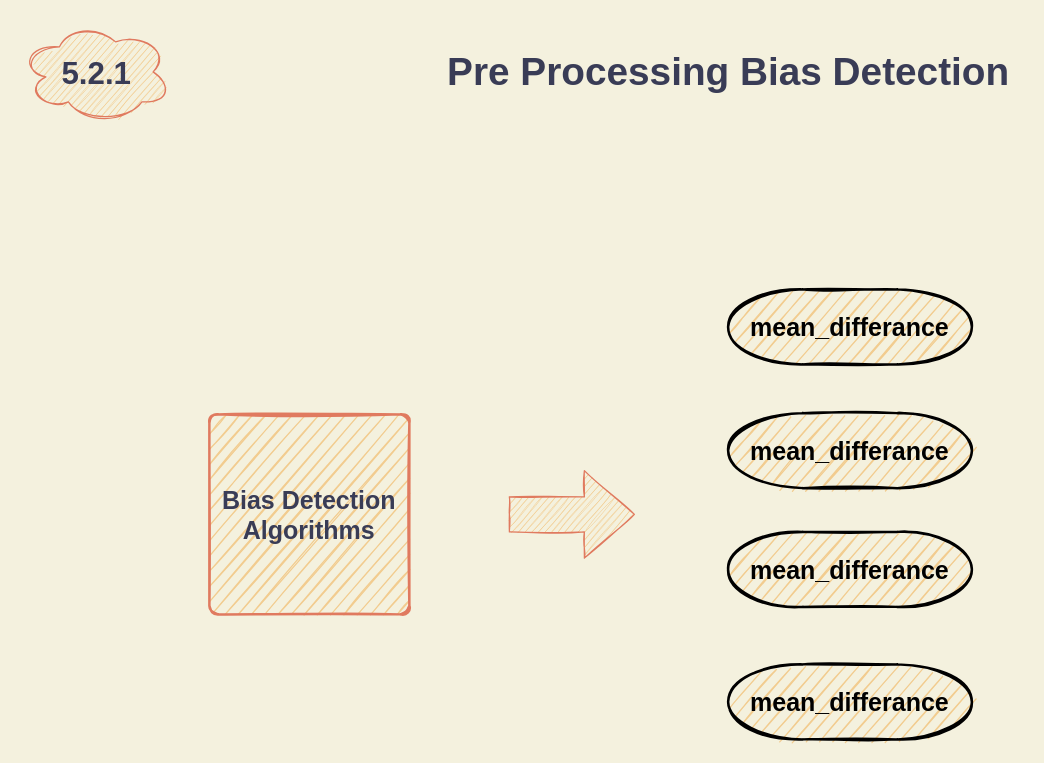
Before: page "Page-5.2.1" (11 of 19) of Untitled Diagram.drawio in ShibboManshi/titanicML, a draw.io diagram. Source tidied: cells renumbered, new cells numbered last; positions are measured from the earlier drawing's top-left corner, leaving out a move shared by most shapes. Both pictures are drawn from the tidied source at 125%, with x=0, y=0 at pixel (21, 21).
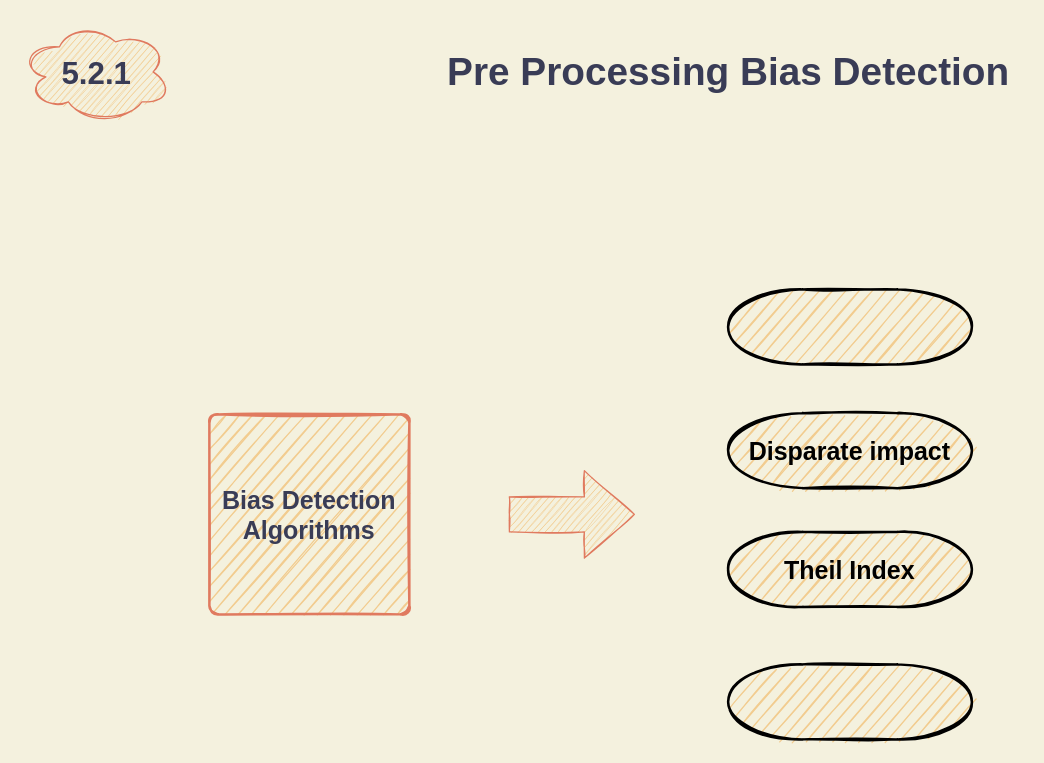
The same page after the edit.

Diff of the diagram source:
```diff
@@
 <mxGraphModel background="#F4F1DE">
   <root>
     <mxCell id="0" />
     <mxCell id="1" parent="0" />
     <mxCell id="2" value="&lt;font style=&quot;font-size: 25px&quot;&gt;&lt;b&gt;5.2.1&lt;/b&gt;&lt;/font&gt;" style="ellipse;shape=cloud;whiteSpace=wrap;html=1;fontColor=#393C56;strokeColor=#E07A5F;fillColor=#F2CC8F;sketch=1;rounded=1;" parent="1" vertex="1">
       <mxGeometry width="120" height="80" as="geometry" />
     </mxCell>
     <mxCell id="3" value="&lt;font style=&quot;font-size: 31px&quot;&gt;&lt;b&gt;Pre Processing Bias Detection&lt;/b&gt;&lt;/font&gt;" style="text;html=1;align=center;verticalAlign=middle;strokeColor=none;fontColor=#393C56;sketch=1;rounded=1;" parent="1" vertex="1">
       <mxGeometry x="330" y="25" width="470" height="30" as="geometry" />
     </mxCell>
     <mxCell id="4" value="&lt;span style=&quot;font-size: 20px&quot;&gt;&lt;b&gt;Bias Detection Algorithms&lt;/b&gt;&lt;/span&gt;" style="whiteSpace=wrap;html=1;absoluteArcSize=1;arcSize=14;strokeWidth=2;fontColor=#393C56;fillColor=#F2CC8F;strokeColor=#E07A5F;sketch=1;rounded=1;" parent="1" vertex="1">
       <mxGeometry x="150" y="314" width="160" height="160" as="geometry" />
     </mxCell>
     <mxCell id="5" style="html=1;shadow=0;dashed=0;align=center;verticalAlign=middle;shape=mxgraph.arrows2.arrow;dy=0.6;dx=40;notch=0;rounded=0;sketch=1;fontColor=#000000;strokeColor=#E07A5F;fillColor=#F2CC8F;" parent="1" vertex="1">
       <mxGeometry x="390" y="359" width="100" height="70" as="geometry" />
     </mxCell>
-    <mxCell id="6" value="&lt;font style=&quot;font-size: 20px&quot;&gt;&lt;b&gt;mean_differance&lt;/b&gt;&lt;/font&gt;" style="strokeWidth=2;html=1;shape=mxgraph.flowchart.terminator;whiteSpace=wrap;rounded=0;sketch=1;fontColor=#000000;fillColor=#F2CC8F;" parent="1" vertex="1">
+    <mxCell id="6" style="strokeWidth=2;html=1;shape=mxgraph.flowchart.terminator;whiteSpace=wrap;rounded=0;sketch=1;fontColor=#000000;fillColor=#F2CC8F;" parent="1" vertex="1">
       <mxGeometry x="565" y="214" width="195" height="60" as="geometry" />
     </mxCell>
-    <mxCell id="7" value="&lt;font style=&quot;font-size: 20px&quot;&gt;&lt;b&gt;mean_differance&lt;/b&gt;&lt;/font&gt;" style="strokeWidth=2;html=1;shape=mxgraph.flowchart.terminator;whiteSpace=wrap;rounded=0;sketch=1;fontColor=#000000;fillColor=#F2CC8F;" parent="1" vertex="1">
+    <mxCell id="7" value="&lt;font style=&quot;font-size: 20px&quot;&gt;&lt;b&gt;Disparate impact&lt;/b&gt;&lt;/font&gt;" style="strokeWidth=2;html=1;shape=mxgraph.flowchart.terminator;whiteSpace=wrap;rounded=0;sketch=1;fontColor=#000000;fillColor=#F2CC8F;" parent="1" vertex="1">
       <mxGeometry x="565" y="313" width="195" height="60" as="geometry" />
     </mxCell>
-    <mxCell id="8" value="&lt;font style=&quot;font-size: 20px&quot;&gt;&lt;b&gt;mean_differance&lt;/b&gt;&lt;/font&gt;" style="strokeWidth=2;html=1;shape=mxgraph.flowchart.terminator;whiteSpace=wrap;rounded=0;sketch=1;fontColor=#000000;fillColor=#F2CC8F;" parent="1" vertex="1">
+    <mxCell id="8" value="&lt;font style=&quot;font-size: 20px&quot;&gt;&lt;b&gt;Theil Index&lt;/b&gt;&lt;/font&gt;" style="strokeWidth=2;html=1;shape=mxgraph.flowchart.terminator;whiteSpace=wrap;rounded=0;sketch=1;fontColor=#000000;fillColor=#F2CC8F;" parent="1" vertex="1">
       <mxGeometry x="565" y="408" width="195" height="60" as="geometry" />
     </mxCell>
-    <mxCell id="9" value="&lt;font style=&quot;font-size: 20px&quot;&gt;&lt;b&gt;mean_differance&lt;/b&gt;&lt;/font&gt;" style="strokeWidth=2;html=1;shape=mxgraph.flowchart.terminator;whiteSpace=wrap;rounded=0;sketch=1;fontColor=#000000;fillColor=#F2CC8F;" parent="1" vertex="1">
+    <mxCell id="9" style="strokeWidth=2;html=1;shape=mxgraph.flowchart.terminator;whiteSpace=wrap;rounded=0;sketch=1;fontColor=#000000;fillColor=#F2CC8F;" parent="1" vertex="1">
       <mxGeometry x="565" y="514" width="195" height="60" as="geometry" />
     </mxCell>
   </root>
 </mxGraphModel>
```
